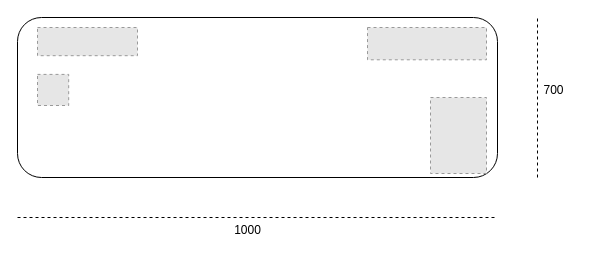
Above: Диаграмма без названия.drawio in MaksParkin2k04/Burger-landing (draw.io), before the change. Source tidied: cells renumbered, new cells numbered last; positions are measured from the earlier drawing's top-left corner, leaving out a move shared by most shapes. Both pictures are drawn from the tidied source at 100%, with x=0, y=0 at pixel (17, 17). Pictures stored in the file or linked from it are replaced by grey dashed boxes.
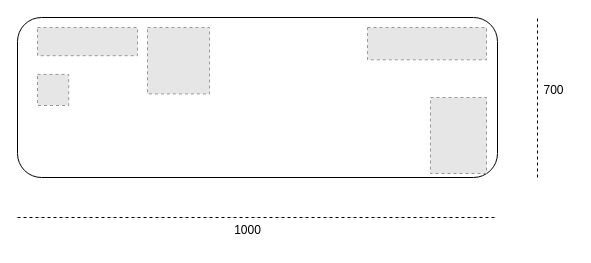
After the change.

What changed in the source:
```diff
@@
 <mxGraphModel>
   <root>
     <mxCell id="0" />
     <mxCell id="1" parent="0" />
     <mxCell id="2" style="rounded=1;whiteSpace=wrap;html=1;" parent="1" vertex="1">
       <mxGeometry width="480" height="160" as="geometry" />
     </mxCell>
     <mxCell id="3" style="endArrow=none;dashed=1;html=1;rounded=0;" parent="1" edge="1">
       <mxGeometry relative="1" as="geometry">
         <mxPoint y="200" as="sourcePoint" />
         <mxPoint x="480" y="200" as="targetPoint" />
       </mxGeometry>
     </mxCell>
     <mxCell id="4" value="1000" style="text;html=1;align=center;verticalAlign=middle;strokeColor=none;fillColor=none;" parent="1" vertex="1">
       <mxGeometry x="205" y="198" width="50" height="30" as="geometry" />
     </mxCell>
     <mxCell id="5" style="endArrow=none;dashed=1;html=1;rounded=0;" parent="1" edge="1">
       <mxGeometry relative="1" as="geometry">
         <mxPoint x="520" y="160" as="sourcePoint" />
         <mxPoint x="520" as="targetPoint" />
       </mxGeometry>
     </mxCell>
     <mxCell id="6" value="700" style="text;html=1;align=center;verticalAlign=middle;strokeColor=none;fillColor=none;" parent="1" vertex="1">
       <mxGeometry x="516" y="58" width="40" height="30" as="geometry" />
     </mxCell>
     <mxCell id="7" style="fillColor=#E6E6E6;strokeColor=#999999;dashed=1;verticalLabelPosition=bottom;labelBackgroundColor=default;verticalAlign=top;" parent="1" vertex="1">
       <mxGeometry x="20" y="10" width="100" height="28.2" as="geometry" />
     </mxCell>
     <mxCell id="8" style="fillColor=#E6E6E6;strokeColor=#999999;dashed=1;verticalLabelPosition=bottom;labelBackgroundColor=default;verticalAlign=top;" parent="1" vertex="1">
       <mxGeometry x="350" y="10" width="119" height="32.3" as="geometry" />
     </mxCell>
     <mxCell id="9" style="fillColor=#E6E6E6;strokeColor=#999999;dashed=1;verticalLabelPosition=bottom;labelBackgroundColor=default;verticalAlign=top;" parent="1" vertex="1">
       <mxGeometry x="413" y="80" width="56" height="76" as="geometry" />
     </mxCell>
     <mxCell id="10" style="fillColor=#E6E6E6;strokeColor=#999999;dashed=1;verticalLabelPosition=bottom;labelBackgroundColor=default;verticalAlign=top;" parent="1" vertex="1">
       <mxGeometry x="20" y="56.9" width="31.2" height="31.1" as="geometry" />
     </mxCell>
+    <mxCell id="11" style="fillColor=#E6E6E6;strokeColor=#999999;dashed=1;verticalLabelPosition=bottom;labelBackgroundColor=default;verticalAlign=top;" parent="1" vertex="1">
+      <mxGeometry x="130" y="10" width="62" height="66.4" as="geometry" />
+    </mxCell>
   </root>
 </mxGraphModel>
```
